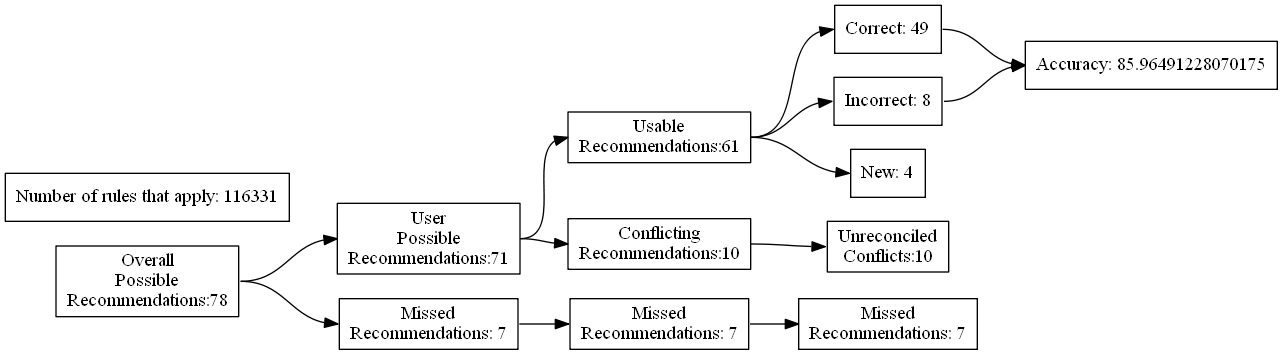
The Graphviz diagram test_renders/61.gv.png in ZaxR/ibd_diet_analysis, before a commit. Its source is kept beside it as test_renders/61.gv.
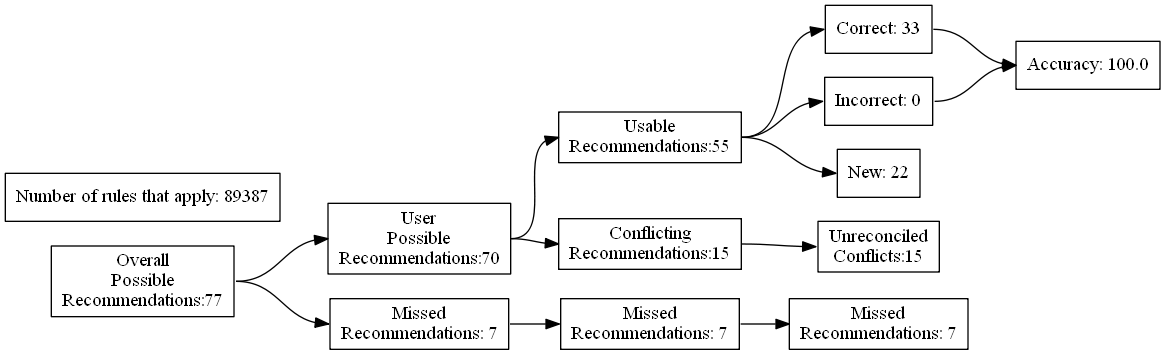
Later version of the same file.

Change to the diagram source:
```diff
@@ -4,27 +4,27 @@
 	edge [headport=w tailport=e]
 		A [label="Overall
 Possible
-Recommendations:78"]
+Recommendations:77"]
 		B [label="User
 Possible
-Recommendations:71"]
+Recommendations:70"]
 		C [label="Missed
 Recommendations: 7"]
 		D [label="Usable
-Recommendations:61"]
+Recommendations:55"]
 		E [label="Conflicting
-Recommendations:10"]
+Recommendations:15"]
 		J [label="Missed
 Recommendations: 7"]
 		M [label="Unreconciled
-Conflicts:10"]
-		F [label="Correct: 49"]
-		G [label="Incorrect: 8"]
-		H [label="New: 4"]
+Conflicts:15"]
+		F [label="Correct: 33"]
+		G [label="Incorrect: 0"]
+		H [label="New: 22"]
 		K [label="Missed
 Recommendations: 7"]
-		I [label="Accuracy: 85.96491228070175"]
-		l [label="Number of rules that apply: 116331"]
+		I [label="Accuracy: 100.0"]
+		l [label="Number of rules that apply: 89387"]
 			A -> B
 			A -> C
 			B -> D
```
